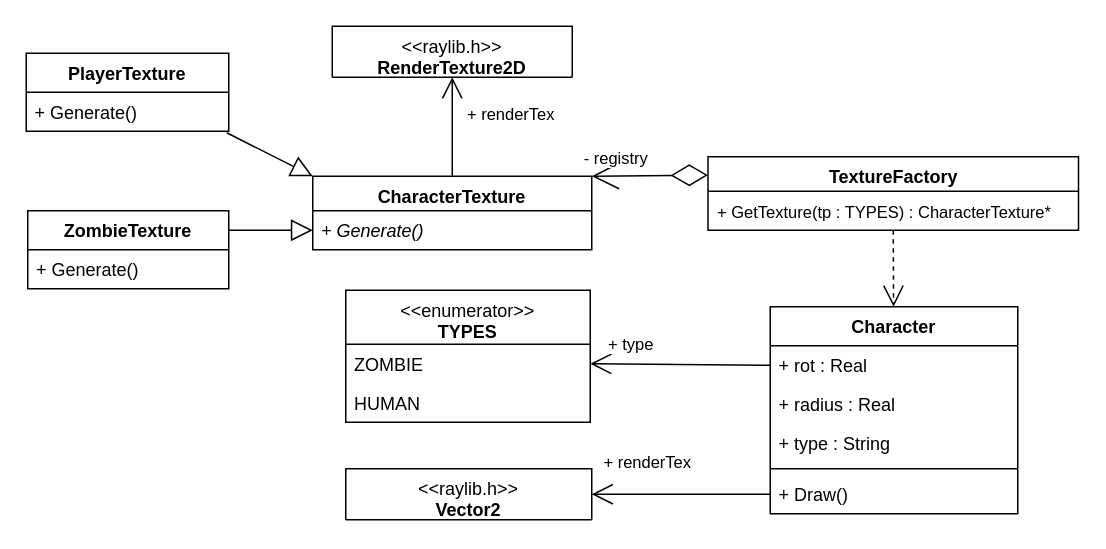
Earlier version of the draw.io diagram lab 2 - Flyweight/Fadulla.drawio (solovozer/-2). Source tidied: cells renumbered, new cells numbered last; positions are measured from the earlier drawing's top-left corner, leaving out a move shared by most shapes. Both pictures are drawn from the tidied source at 150%, with x=0, y=0 at pixel (26, 26).
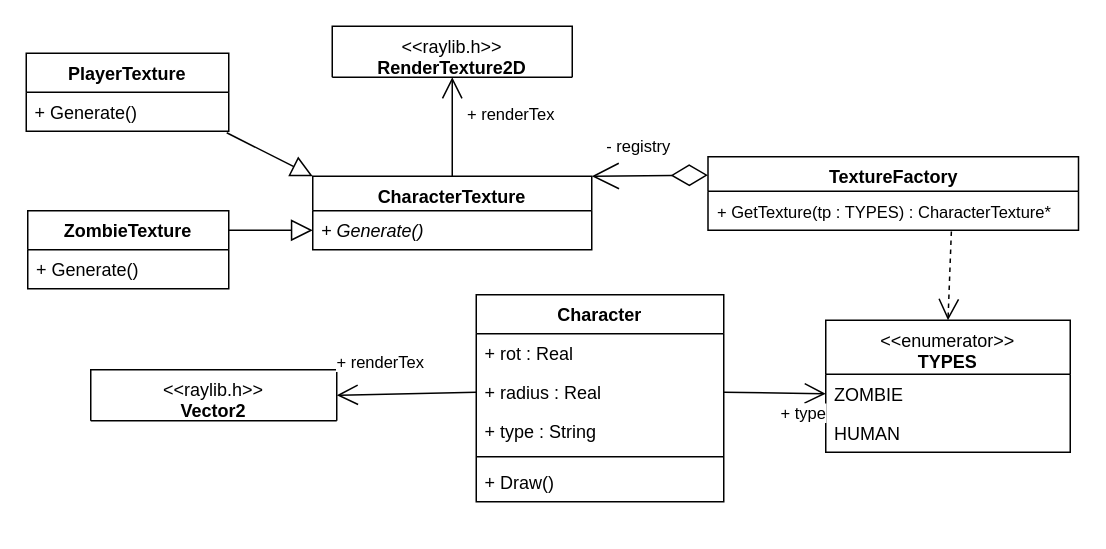
The same diagram, later.

The change refers to these unchanged cells:
```xml
<mxCell id="2" value="CharacterTexture" style="swimlane;fontStyle=1;align=center;verticalAlign=top;horizontal=1;startSize=23;whiteSpace=wrap;html=1;" parent="1" vertex="1">
  <mxGeometry x="191" y="100" width="186" height="49" as="geometry" />
</mxCell>
<mxCell id="8" value="TextureFactory" style="swimlane;fontStyle=1;align=center;verticalAlign=top;horizontal=1;startSize=23;whiteSpace=wrap;html=1;" parent="1" vertex="1">
  <mxGeometry x="454.5" y="87" width="247" height="49" as="geometry" />
</mxCell>
<mxCell id="9" value="&lt;span style=&quot;font-size: 11px; text-align: center; text-wrap-mode: nowrap; background-color: rgb(255, 255, 255);&quot;&gt;+ GetTexture(tp : TYPES) : CharacterTexture*&lt;/span&gt;" style="text;strokeColor=none;fillColor=none;align=left;verticalAlign=top;spacingLeft=4;spacingRight=4;overflow=hidden;points=[[0,0.5],[1,0.5]];portConstraint=eastwest;whiteSpace=wrap;html=1;" parent="8" vertex="1">
  <mxGeometry y="23" width="247" height="26" as="geometry" />
</mxCell>
<mxCell id="11" value="+ rot : Real" style="text;strokeColor=none;fillColor=none;align=left;verticalAlign=top;spacingLeft=4;spacingRight=4;overflow=hidden;points=[[0,0.5],[1,0.5]];portConstraint=eastwest;whiteSpace=wrap;html=1;" parent="10" vertex="1">
  <mxGeometry y="26" width="165" height="26" as="geometry" />
</mxCell>
<mxCell id="12" value="+ radius : Real" style="text;strokeColor=none;fillColor=none;align=left;verticalAlign=top;spacingLeft=4;spacingRight=4;overflow=hidden;points=[[0,0.5],[1,0.5]];portConstraint=eastwest;whiteSpace=wrap;html=1;" parent="10" vertex="1">
  <mxGeometry y="52" width="165" height="26" as="geometry" />
</mxCell>
<mxCell id="15" value="+ Draw()" style="text;strokeColor=none;fillColor=none;align=left;verticalAlign=top;spacingLeft=4;spacingRight=4;overflow=hidden;points=[[0,0.5],[1,0.5]];portConstraint=eastwest;whiteSpace=wrap;html=1;" parent="10" vertex="1">
  <mxGeometry y="112" width="165" height="26" as="geometry" />
</mxCell>
<mxCell id="23" value="ZOMBIE" style="text;strokeColor=none;fillColor=none;align=left;verticalAlign=top;spacingLeft=4;spacingRight=4;overflow=hidden;points=[[0,0.5],[1,0.5]];portConstraint=eastwest;whiteSpace=wrap;html=1;" parent="22" vertex="1">
  <mxGeometry y="36" width="163" height="26" as="geometry" />
</mxCell>
```

The edit, as a diff of the source:
```diff
@@
     <mxCell id="10" value="Character" style="swimlane;fontStyle=1;align=center;verticalAlign=top;horizontal=1;startSize=26;whiteSpace=wrap;html=1;" parent="1" vertex="1">
-      <mxGeometry x="496" y="187" width="165" height="138" as="geometry" />
+      <mxGeometry x="300" y="179" width="165" height="138" as="geometry" />
     </mxCell>
@@
     <mxCell id="20" value="- registry" style="endArrow=open;html=1;endSize=16;startArrow=diamondThin;startSize=22;startFill=0;rounded=0;exitX=0;exitY=0.25;exitDx=0;exitDy=0;jumpSize=10;entryX=1;entryY=0;entryDx=0;entryDy=0;" parent="1" edge="1" source="8" target="2">
-      <mxGeometry x="0.58" y="-12" relative="1" as="geometry" />
+      <mxGeometry x="0.19" y="-20" relative="1" as="geometry" />
     </mxCell>
-    <mxCell id="21" style="endArrow=open;endSize=12;dashed=1;html=1;rounded=0;exitX=0.5;exitY=1;exitDx=0;exitDy=0;" parent="1" edge="1" source="8" target="10">
-      <mxGeometry x="0.56" y="-11" relative="1" as="geometry" />
-    </mxCell>
     <mxCell id="22" value="&lt;div&gt;&lt;span style=&quot;font-weight: 400;&quot;&gt;&amp;lt;&amp;lt;enumerator&amp;gt;&amp;gt;&lt;/span&gt;&lt;/div&gt;TYPES" style="swimlane;fontStyle=1;align=center;verticalAlign=top;horizontal=1;startSize=36;whiteSpace=wrap;html=1;" parent="1" vertex="1">
-      <mxGeometry x="213" y="176" width="163" height="88" as="geometry" />
+      <mxGeometry x="533" y="196" width="163" height="88" as="geometry" />
     </mxCell>
@@
     <mxCell id="25" value="&lt;div&gt;&lt;span style=&quot;font-weight: 400;&quot;&gt;&amp;lt;&amp;lt;raylib.h&amp;gt;&amp;gt;&lt;/span&gt;&lt;/div&gt;Vector2" style="swimlane;fontStyle=1;align=center;verticalAlign=top;horizontal=1;startSize=34;whiteSpace=wrap;html=1;" parent="1" vertex="1">
-      <mxGeometry x="213" y="295" width="164" height="34" as="geometry" />
+      <mxGeometry x="43" y="229" width="164" height="34" as="geometry" />
     </mxCell>
-    <mxCell id="26" value="+ renderTex" style="endArrow=open;endSize=12;html=1;rounded=0;exitX=0;exitY=0.5;exitDx=0;exitDy=0;entryX=1;entryY=0.5;entryDx=0;entryDy=0;" parent="1" edge="1" source="15" target="25">
+    <mxCell id="26" value="+ renderTex" style="endArrow=open;endSize=12;html=1;rounded=0;exitX=0;exitY=0.5;exitDx=0;exitDy=0;entryX=1;entryY=0.5;entryDx=0;entryDy=0;" parent="1" edge="1" source="12" target="25">
       <mxGeometry x="0.38" y="-21" relative="1" as="geometry" />
     </mxCell>
-    <mxCell id="27" value="+ type" style="endArrow=open;endSize=12;html=1;rounded=0;exitX=0;exitY=0.5;exitDx=0;exitDy=0;entryX=1;entryY=0.5;entryDx=0;entryDy=0;" parent="1" edge="1" source="11" target="23">
+    <mxCell id="27" value="+ type" style="endArrow=open;endSize=12;html=1;rounded=0;exitX=1;exitY=0.5;exitDx=0;exitDy=0;entryX=0;entryY=0.5;entryDx=0;entryDy=0;" parent="1" edge="1" source="12" target="23">
       <mxGeometry x="0.55" y="-13" relative="1" as="geometry" />
     </mxCell>
+    <mxCell id="28" style="endArrow=none;endSize=12;html=1;rounded=0;exitX=0.5;exitY=0;exitDx=0;exitDy=0;entryX=0.657;entryY=0.993;entryDx=0;entryDy=0;entryPerimeter=0;dashed=1;startArrow=open;startFill=0;startSize=12;" parent="1" edge="1" source="22" target="9">
+      <mxGeometry x="0.24" y="-39" relative="1" as="geometry" />
+    </mxCell>
```
